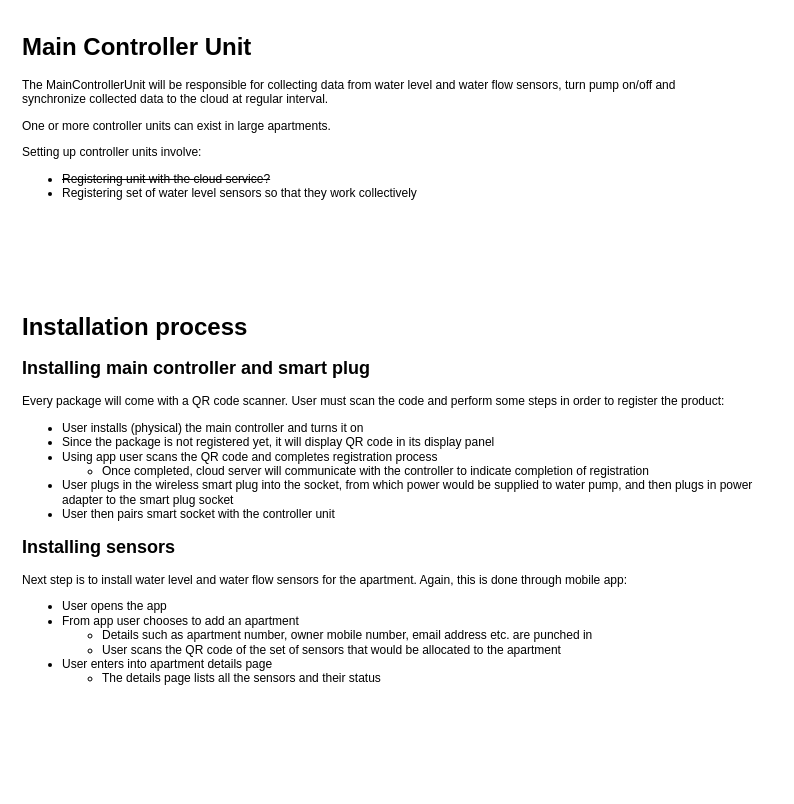
The draw.io diagram page "GatewayDevice" (3 of 3) of notes/WaterPumpMaintenance.drawio in aniruddhand/ciot-capstone, before the edit. Source tidied: cells renumbered, new cells numbered last; positions are measured from the earlier drawing's top-left corner, leaving out a move shared by most shapes. Both pictures are drawn from the tidied source at 100%, with x=0, y=0 at pixel (17, 27).
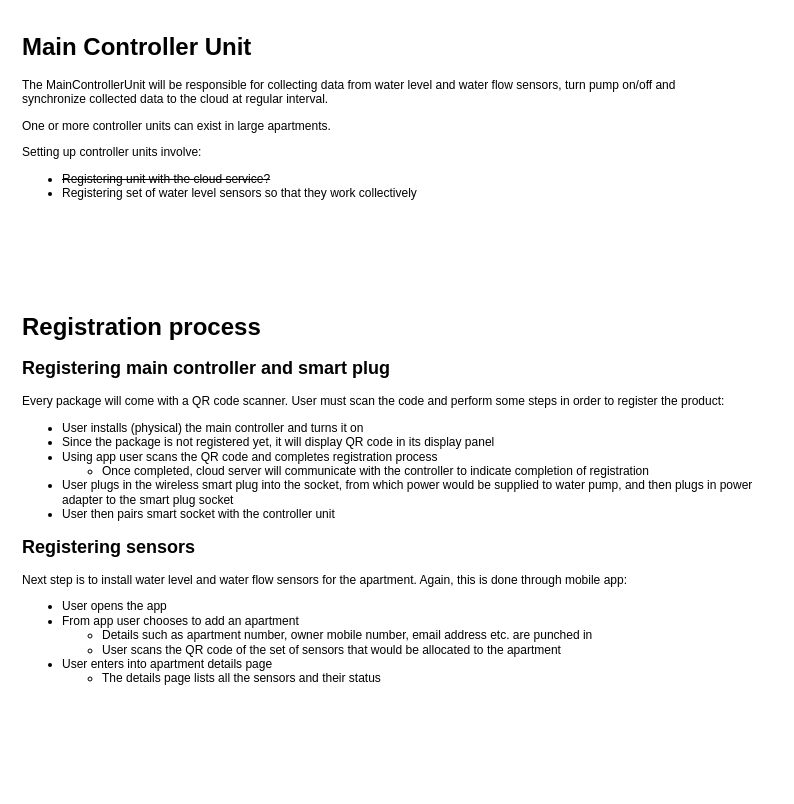
After the change.

Commit message:
Updated term to use registration instead of installation

What changed in the source:
```diff
@@
 <mxGraphModel>
   <root>
     <mxCell id="0" />
     <mxCell id="1" parent="0" />
     <mxCell id="2" value="&lt;h1&gt;Main Controller Unit&lt;/h1&gt;&lt;p&gt;The MainControllerUnit will be responsible for collecting data from water level and water flow sensors, turn pump on/off and synchronize collected data to the cloud at regular interval.&lt;/p&gt;&lt;p&gt;One or more controller units can exist in large apartments.&lt;/p&gt;&lt;p&gt;Setting up controller units involve:&lt;/p&gt;&lt;ul&gt;&lt;li&gt;&lt;strike&gt;Registering unit with the cloud service?&lt;/strike&gt;&lt;br&gt;&lt;/li&gt;&lt;li&gt;Registering set of water level sensors so that they work collectively&lt;/li&gt;&lt;/ul&gt;" style="text;html=1;strokeColor=none;fillColor=none;spacing=5;spacingTop=-20;whiteSpace=wrap;overflow=hidden;rounded=0;" parent="1" vertex="1">
       <mxGeometry width="720" height="200" as="geometry" />
     </mxCell>
-    <mxCell id="3" value="&lt;h1&gt;Installation process&lt;/h1&gt;&lt;div&gt;&lt;h2&gt;Installing main controller and smart plug&lt;/h2&gt;&lt;/div&gt;&lt;p&gt;Every package will come with a QR code scanner. User must scan the code and perform some steps in order to register the product:&lt;/p&gt;&lt;ul&gt;&lt;li&gt;User installs (physical) the main controller and turns it on&lt;/li&gt;&lt;li&gt;Since the package is not registered yet, it will display QR code in its display panel&lt;br&gt;&lt;/li&gt;&lt;li&gt;Using app user scans the QR code and completes registration process&lt;br&gt;&lt;/li&gt;&lt;ul&gt;&lt;li&gt;Once completed, cloud server will communicate with the controller to indicate completion of registration&lt;/li&gt;&lt;/ul&gt;&lt;li&gt;User plugs in the wireless smart plug into the socket, from which power would be supplied to water pump, and then plugs in power adapter to the smart plug socket&lt;/li&gt;&lt;li&gt;User then pairs smart socket with the controller unit&lt;/li&gt;&lt;/ul&gt;&lt;h2&gt;Installing sensors&lt;/h2&gt;&lt;div&gt;Next step is to install water level and water flow sensors for the apartment. Again, this is done through mobile app:&lt;/div&gt;&lt;div&gt;&lt;ul&gt;&lt;li&gt;User opens the app&lt;/li&gt;&lt;li&gt;From app user chooses to add an apartment&lt;/li&gt;&lt;ul&gt;&lt;li&gt;Details such as apartment number, owner mobile number, email address etc. are punched in&lt;/li&gt;&lt;li&gt;User scans the QR code of the set of sensors that would be allocated to the apartment&lt;br&gt;&lt;/li&gt;&lt;/ul&gt;&lt;li&gt;User enters into apartment details page&lt;/li&gt;&lt;ul&gt;&lt;li&gt;The details page lists all the sensors and their status&lt;br&gt;&lt;/li&gt;&lt;/ul&gt;&lt;span style=&quot;white-space: pre&quot;&gt; &lt;/span&gt;&lt;/ul&gt;&lt;/div&gt;" style="text;html=1;strokeColor=none;fillColor=none;spacing=5;spacingTop=-20;whiteSpace=wrap;overflow=hidden;rounded=0;" parent="1" vertex="1">
-      <mxGeometry y="280" width="760" height="480" as="geometry" />
+    <mxCell id="3" value="&lt;h1&gt;Registration process&lt;/h1&gt;&lt;div&gt;&lt;h2&gt;Registering main controller and smart plug&lt;/h2&gt;&lt;/div&gt;&lt;p&gt;Every package will come with a QR code scanner. User must scan the code and perform some steps in order to register the product:&lt;/p&gt;&lt;ul&gt;&lt;li&gt;User installs (physical) the main controller and turns it on&lt;/li&gt;&lt;li&gt;Since the package is not registered yet, it will display QR code in its display panel&lt;br&gt;&lt;/li&gt;&lt;li&gt;Using app user scans the QR code and completes registration process&lt;br&gt;&lt;/li&gt;&lt;ul&gt;&lt;li&gt;Once completed, cloud server will communicate with the controller to indicate completion of registration&lt;/li&gt;&lt;/ul&gt;&lt;li&gt;User plugs in the wireless smart plug into the socket, from which power would be supplied to water pump, and then plugs in power adapter to the smart plug socket&lt;/li&gt;&lt;li&gt;User then pairs smart socket with the controller unit&lt;/li&gt;&lt;/ul&gt;&lt;h2&gt;Registering sensors&lt;br&gt;&lt;/h2&gt;&lt;div&gt;Next step is to install water level and water flow sensors for the apartment. Again, this is done through mobile app:&lt;/div&gt;&lt;div&gt;&lt;ul&gt;&lt;li&gt;User opens the app&lt;/li&gt;&lt;li&gt;From app user chooses to add an apartment&lt;/li&gt;&lt;ul&gt;&lt;li&gt;Details such as apartment number, owner mobile number, email address etc. are punched in&lt;/li&gt;&lt;li&gt;User scans the QR code of the set of sensors that would be allocated to the apartment&lt;br&gt;&lt;/li&gt;&lt;/ul&gt;&lt;li&gt;User enters into apartment details page&lt;/li&gt;&lt;ul&gt;&lt;li&gt;The details page lists all the sensors and their status&lt;br&gt;&lt;/li&gt;&lt;/ul&gt;&lt;span style=&quot;white-space: pre&quot;&gt; &lt;/span&gt;&lt;/ul&gt;&lt;/div&gt;" style="text;html=1;strokeColor=none;fillColor=none;spacing=5;spacingTop=-20;whiteSpace=wrap;overflow=hidden;rounded=0;" parent="1" vertex="1">
+      <mxGeometry y="280" width="760" height="400" as="geometry" />
     </mxCell>
   </root>
 </mxGraphModel>
```
